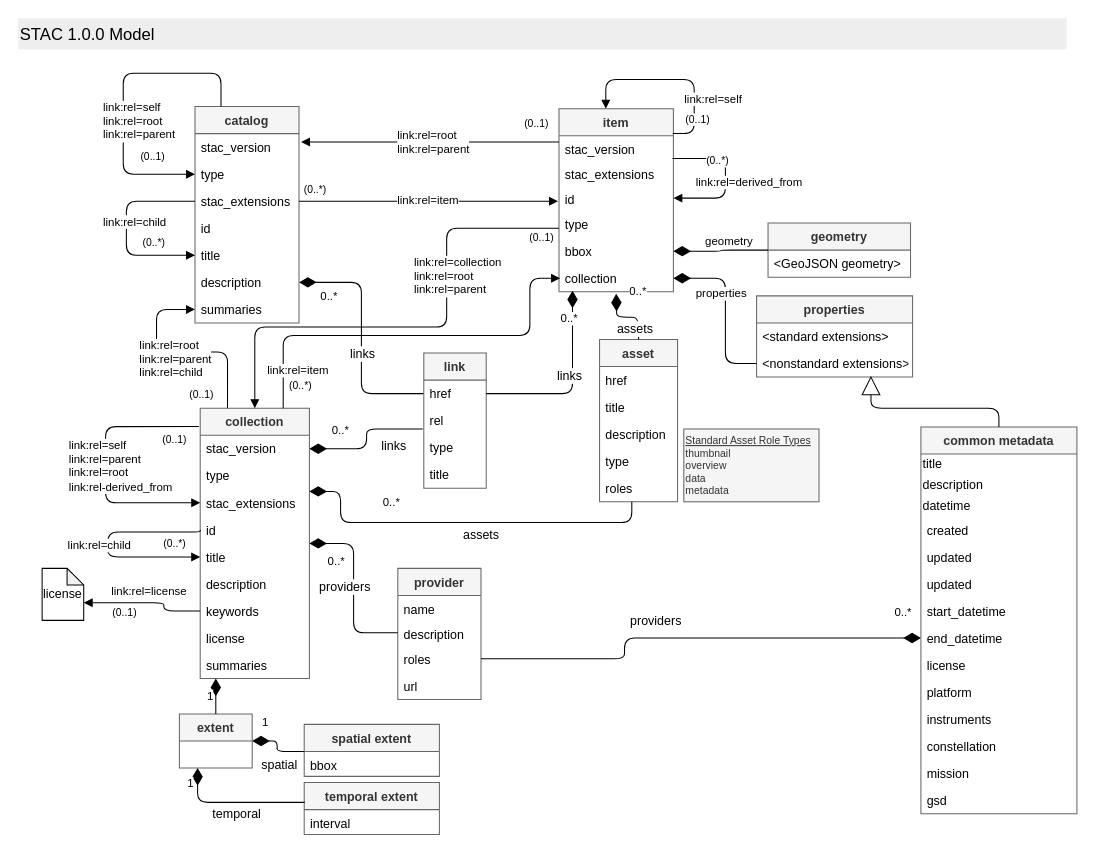
Above: STAC-UML.drawio in radiantearth/stac-spec (draw.io), before the change. Source tidied: cells renumbered, new cells numbered last; positions are measured from the earlier drawing's top-left corner, leaving out a move shared by most shapes. Both pictures are drawn from the tidied source at 104%, with x=0, y=0 at pixel (18, 18).
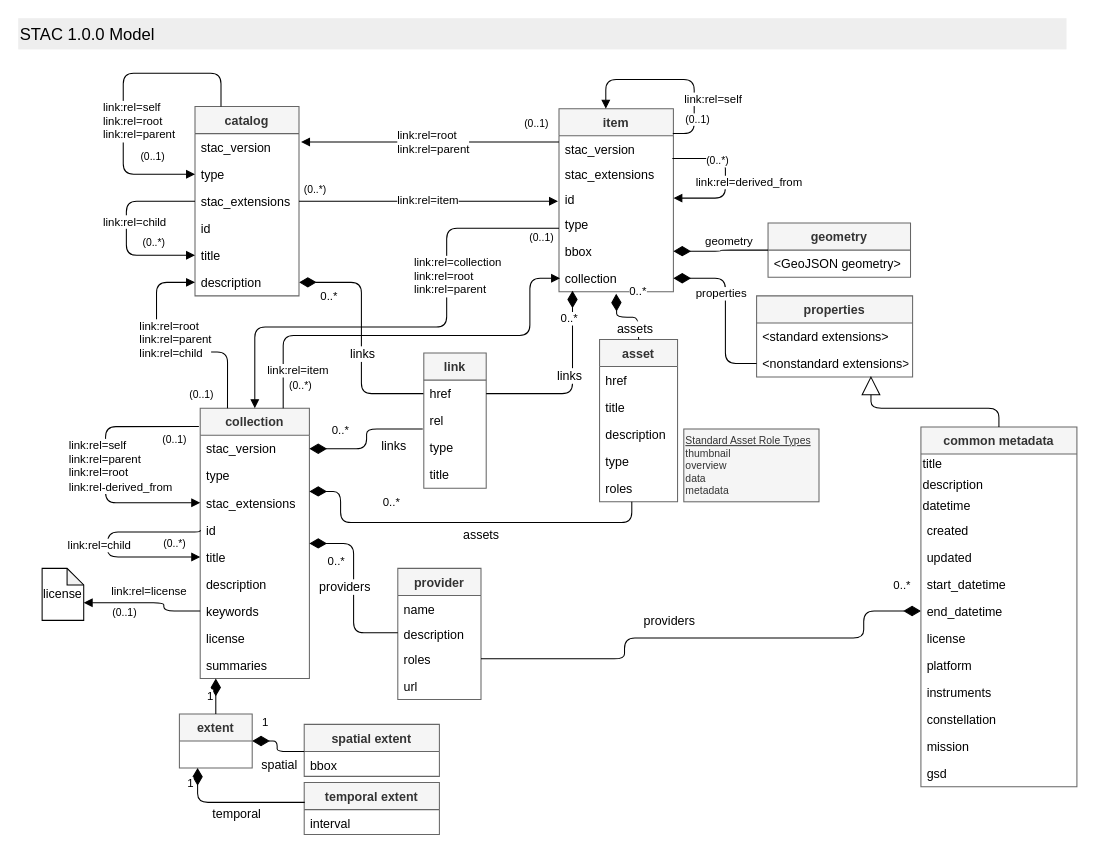
Above is the later version.

Commit message (it also covers changes not shown here):
update UML to remove summaries from catalogs

The change refers to these unchanged cells:
```xml
<mxCell id="10" value="description" style="text;strokeColor=none;fillColor=none;align=left;verticalAlign=top;spacingLeft=4;spacingRight=4;overflow=hidden;points=[[0,0.5],[1,0.5]];portConstraint=eastwest;" parent="4" vertex="1">
  <mxGeometry y="156" width="100" height="26" as="geometry" />
</mxCell>
<mxCell id="27" value="collection" style="swimlane;fontStyle=1;horizontal=1;startSize=26;fillColor=#f5f5f5;strokeColor=#666666;fontColor=#333333;" parent="1" vertex="1">
  <mxGeometry x="175" y="375" width="105" height="260" as="geometry" />
</mxCell>
<mxCell id="75" value="roles" style="text;strokeColor=none;fillColor=none;align=left;verticalAlign=top;spacingLeft=4;spacingRight=4;overflow=hidden;points=[[0,0.5],[1,0.5]];portConstraint=eastwest;" parent="72" vertex="1">
  <mxGeometry y="74" width="80" height="26" as="geometry" />
</mxCell>
```

Diff of the diagram source:
```diff
@@
     <mxCell id="4" value="catalog" style="swimlane;fontStyle=1;horizontal=1;startSize=26;fillColor=#f5f5f5;strokeColor=#666666;fontColor=#333333;" parent="1" vertex="1">
-      <mxGeometry x="170" y="85" width="100" height="208" as="geometry" />
+      <mxGeometry x="170" y="85" width="100" height="182" as="geometry" />
     </mxCell>
@@
-    <mxCell id="15" value="summaries" style="text;strokeColor=none;fillColor=none;align=left;verticalAlign=top;spacingLeft=4;spacingRight=4;overflow=hidden;points=[[0,0.5],[1,0.5]];portConstraint=eastwest;" parent="4" vertex="1">
-      <mxGeometry y="182" width="100" height="26" as="geometry" />
-    </mxCell>
@@
     <mxCell id="79" value="0..*" style="endArrow=none;html=1;endSize=12;startArrow=diamondThin;startSize=14;startFill=1;edgeStyle=orthogonalEdgeStyle;align=left;verticalAlign=bottom;endFill=0;exitX=0;exitY=0.5;exitDx=0;exitDy=0;entryX=1;entryY=0.5;entryDx=0;entryDy=0;" parent="1" edge="1" source="89" target="75">
       <mxGeometry x="-0.88" y="-16" relative="1" as="geometry">
         <Array as="points">
+          <mxPoint x="813" y="570" />
+          <mxPoint x="813" y="596" />
           <mxPoint x="583" y="596" />
           <mxPoint x="583" y="616" />
         </Array>
       </mxGeometry>
     </mxCell>
@@
     <mxCell id="81" value="common metadata" style="swimlane;fontStyle=1;horizontal=1;startSize=26;fillColor=#f5f5f5;strokeColor=#666666;fontColor=#333333;spacing=2;" parent="1" vertex="1">
-      <mxGeometry x="868" y="393" width="150" height="372" as="geometry" />
+      <mxGeometry x="868" y="393" width="150" height="346" as="geometry" />
     </mxCell>
@@
-    <mxCell id="86" value="updated" style="text;strokeColor=none;fillColor=none;align=left;verticalAlign=top;spacingLeft=4;spacingRight=4;overflow=hidden;" parent="81" vertex="1">
-      <mxGeometry y="112" width="150" height="26" as="geometry" />
-    </mxCell>
     <mxCell id="87" value="updated" style="text;strokeColor=none;fillColor=none;align=left;verticalAlign=top;spacingLeft=4;spacingRight=4;overflow=hidden;" parent="81" vertex="1">
-      <mxGeometry y="138" width="150" height="26" as="geometry" />
+      <mxGeometry y="112" width="150" height="26" as="geometry" />
     </mxCell>
     <mxCell id="88" value="start_datetime" style="text;strokeColor=none;fillColor=none;align=left;verticalAlign=top;spacingLeft=4;spacingRight=4;overflow=hidden;" parent="81" vertex="1">
-      <mxGeometry y="164" width="150" height="26" as="geometry" />
+      <mxGeometry y="138" width="150" height="26" as="geometry" />
     </mxCell>
     <mxCell id="89" value="end_datetime" style="text;strokeColor=none;fillColor=none;align=left;verticalAlign=top;spacingLeft=4;spacingRight=4;overflow=hidden;points=[[0,0.5],[1,0.5]];portConstraint=eastwest;spacing=2;" parent="81" vertex="1">
-      <mxGeometry y="190" width="150" height="26" as="geometry" />
+      <mxGeometry y="164" width="150" height="26" as="geometry" />
     </mxCell>
     <mxCell id="90" value="license" style="text;strokeColor=none;fillColor=none;align=left;verticalAlign=top;spacingLeft=4;spacingRight=4;overflow=hidden;" parent="81" vertex="1">
-      <mxGeometry y="216" width="150" height="26" as="geometry" />
+      <mxGeometry y="190" width="150" height="26" as="geometry" />
     </mxCell>
     <mxCell id="91" value="platform" style="text;strokeColor=none;fillColor=none;align=left;verticalAlign=top;spacingLeft=4;spacingRight=4;overflow=hidden;" parent="81" vertex="1">
-      <mxGeometry y="242" width="150" height="26" as="geometry" />
+      <mxGeometry y="216" width="150" height="26" as="geometry" />
     </mxCell>
     <mxCell id="92" value="instruments" style="text;strokeColor=none;fillColor=none;align=left;verticalAlign=top;spacingLeft=4;spacingRight=4;overflow=hidden;" parent="81" vertex="1">
-      <mxGeometry y="268" width="150" height="26" as="geometry" />
+      <mxGeometry y="242" width="150" height="26" as="geometry" />
     </mxCell>
     <mxCell id="93" value="constellation" style="text;strokeColor=none;fillColor=none;align=left;verticalAlign=top;spacingLeft=4;spacingRight=4;overflow=hidden;" parent="81" vertex="1">
-      <mxGeometry y="294" width="150" height="26" as="geometry" />
+      <mxGeometry y="268" width="150" height="26" as="geometry" />
     </mxCell>
     <mxCell id="94" value="mission" style="text;strokeColor=none;fillColor=none;align=left;verticalAlign=top;spacingLeft=4;spacingRight=4;overflow=hidden;" parent="81" vertex="1">
-      <mxGeometry y="320" width="150" height="26" as="geometry" />
+      <mxGeometry y="294" width="150" height="26" as="geometry" />
     </mxCell>
     <mxCell id="95" value="gsd" style="text;strokeColor=none;fillColor=none;align=left;verticalAlign=top;spacingLeft=4;spacingRight=4;overflow=hidden;" parent="81" vertex="1">
-      <mxGeometry y="346" width="150" height="26" as="geometry" />
+      <mxGeometry y="320" width="150" height="26" as="geometry" />
     </mxCell>
@@
-    <mxCell id="113" value="link:rel=root&lt;br&gt;link:rel=parent&lt;br&gt;link:rel=child" style="endArrow=block;endFill=1;html=1;edgeStyle=orthogonalEdgeStyle;align=left;verticalAlign=top;exitX=0.25;exitY=0;exitDx=0;exitDy=0;entryX=0;entryY=0.5;entryDx=0;entryDy=0;" parent="1" edge="1" source="27" target="15">
+    <mxCell id="113" value="link:rel=root&lt;br&gt;link:rel=parent&lt;br&gt;link:rel=child" style="endArrow=block;endFill=1;html=1;edgeStyle=orthogonalEdgeStyle;align=left;verticalAlign=top;exitX=0.25;exitY=0;exitDx=0;exitDy=0;entryX=0;entryY=0.5;entryDx=0;entryDy=0;" parent="1" edge="1" source="27" target="10">
       <mxGeometry x="0.41" y="18" relative="1" as="geometry">
         <Array as="points">
           <mxPoint x="201" y="321" />
           <mxPoint x="133" y="321" />
-          <mxPoint x="133" y="280" />
+          <mxPoint x="133" y="254" />
         </Array>
       </mxGeometry>
     </mxCell>
```
